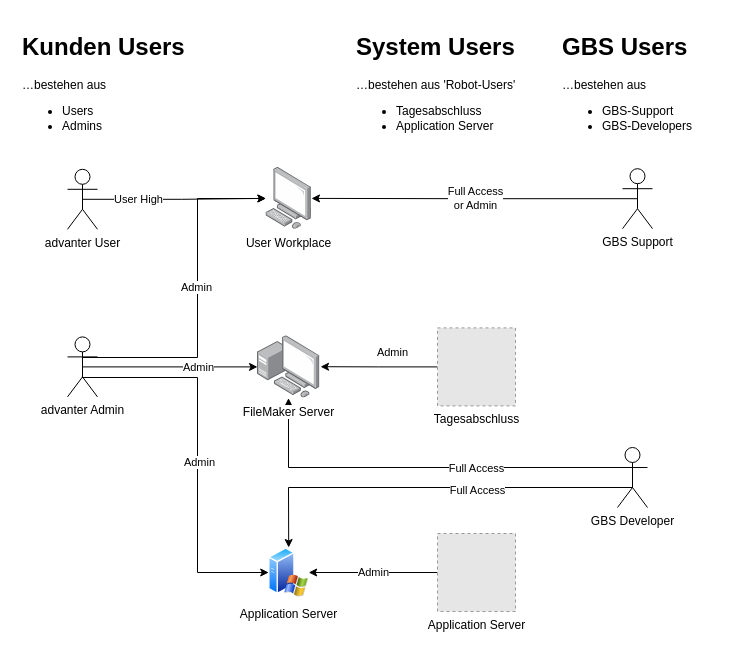
Earlier version of the draw.io diagram Advanter System.drawio (guenther-bs-de/documentation). Source tidied: cells renumbered, new cells numbered last; positions are measured from the earlier drawing's top-left corner, leaving out a move shared by most shapes. Both pictures are drawn from the tidied source at 100%, with x=0, y=0 at pixel (17, 27). Pictures stored in the file or linked from it are replaced by grey dashed boxes.
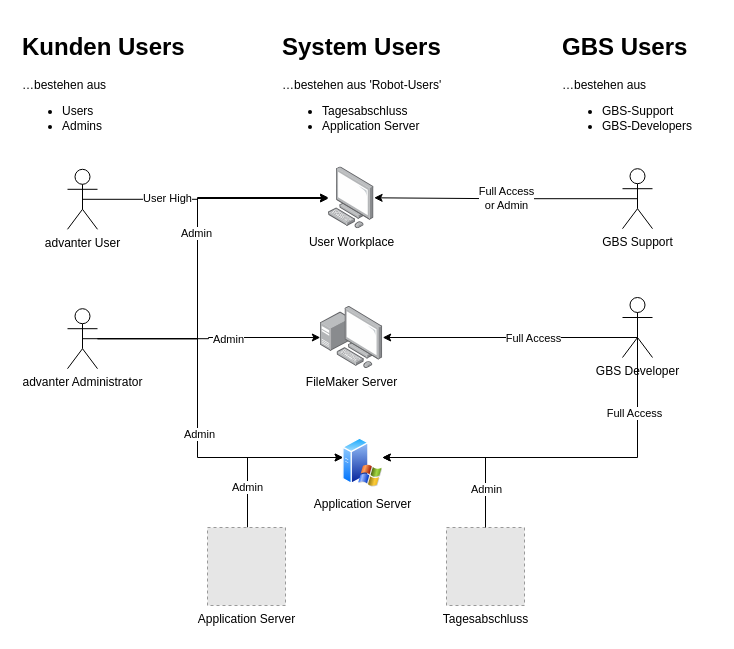
Above is the later version.

Unchanged cells that the change refers to:
```xml
<mxCell id="10" value="advanter User" style="shape=umlActor;verticalLabelPosition=bottom;verticalAlign=top;html=1;outlineConnect=0;" parent="1" vertex="1">
  <mxGeometry x="50" y="141.8" width="30" height="60" as="geometry" />
</mxCell>
```

What changed in the source:
```diff
@@
     <mxCell id="2" style="edgeStyle=orthogonalEdgeStyle;rounded=0;jettySize=auto;html=1;exitX=0.5;exitY=0.5;exitDx=0;exitDy=0;exitPerimeter=0;" parent="1" edge="1" source="14" target="25">
       <mxGeometry x="-0.06" y="-10" relative="1" as="geometry">
         <Array as="points">
-          <mxPoint x="615" y="460" />
-          <mxPoint x="271" y="460" />
+          <mxPoint x="620" y="430" />
         </Array>
       </mxGeometry>
     </mxCell>
     <mxCell id="3" value="Full Access" style="edgeLabel;html=1;align=center;verticalAlign=middle;" parent="2" vertex="1">
-      <mxGeometry x="-0.2" y="2" relative="1" as="geometry" />
+      <mxGeometry x="-0.2" y="2" relative="1" as="geometry">
+        <mxPoint x="20" y="-47" as="offset" />
+      </mxGeometry>
     </mxCell>
     <mxCell id="4" style="edgeStyle=orthogonalEdgeStyle;rounded=0;jettySize=auto;html=1;exitX=0.5;exitY=0.5;exitDx=0;exitDy=0;exitPerimeter=0;" parent="1" edge="1" source="18" target="15">
-      <mxGeometry relative="1" as="geometry" />
+      <mxGeometry relative="1" as="geometry">
+        <Array as="points">
+          <mxPoint x="191" y="311" />
+          <mxPoint x="191" y="310" />
+        </Array>
+      </mxGeometry>
     </mxCell>
@@
-    <mxCell id="6" style="edgeStyle=orthogonalEdgeStyle;rounded=0;jettySize=auto;html=1;exitX=0.5;exitY=0.5;exitDx=0;exitDy=0;exitPerimeter=0;" parent="1" edge="1" source="18" target="11">
+    <mxCell id="6" style="edgeStyle=orthogonalEdgeStyle;rounded=0;jettySize=auto;html=1;" parent="1" edge="1" source="18" target="11">
       <mxGeometry relative="1" as="geometry">
         <Array as="points">
-          <mxPoint x="65" y="330" />
-          <mxPoint x="180" y="330" />
+          <mxPoint x="180" y="311" />
           <mxPoint x="180" y="171" />
         </Array>
       </mxGeometry>
     </mxCell>
@@
     <mxCell id="8" style="edgeStyle=orthogonalEdgeStyle;rounded=0;jettySize=auto;html=1;exitX=0.5;exitY=0.5;exitDx=0;exitDy=0;exitPerimeter=0;" parent="1" edge="1" source="10" target="11">
-      <mxGeometry relative="1" as="geometry" />
+      <mxGeometry relative="1" as="geometry">
+        <Array as="points">
+          <mxPoint x="180" y="172" />
+          <mxPoint x="180" y="170" />
+        </Array>
+      </mxGeometry>
     </mxCell>
@@
     <mxCell id="11" value="User Workplace" style="points=[];html=1;align=center;shadow=0;dashed=0;image;image=img/lib/allied_telesis/computer_and_terminals/Personal_Computer.svg;" parent="1" vertex="1">
-      <mxGeometry x="248.4" y="140" width="45.6" height="61.8" as="geometry" />
+      <mxGeometry x="311" y="139.4" width="45.6" height="61.8" as="geometry" />
     </mxCell>
     <mxCell id="12" style="edgeStyle=orthogonalEdgeStyle;rounded=0;jettySize=auto;html=1;exitX=0.5;exitY=0.5;exitDx=0;exitDy=0;exitPerimeter=0;" parent="1" edge="1" source="14" target="15">
       <mxGeometry relative="1" as="geometry">
         <Array as="points">
-          <mxPoint x="615" y="440" />
-          <mxPoint x="271" y="440" />
+          <mxPoint x="620" y="310" />
         </Array>
       </mxGeometry>
     </mxCell>
     <mxCell id="13" value="Full Access" style="edgeLabel;html=1;align=center;verticalAlign=middle;" parent="12" vertex="1">
       <mxGeometry x="-0.01" relative="1" as="geometry">
-        <mxPoint x="43" as="offset" />
+        <mxPoint x="16" as="offset" />
       </mxGeometry>
     </mxCell>
     <mxCell id="14" value="GBS Developer" style="shape=umlActor;verticalLabelPosition=bottom;verticalAlign=top;html=1;outlineConnect=0;" parent="1" vertex="1">
-      <mxGeometry x="600" y="420" width="30" height="60" as="geometry" />
+      <mxGeometry x="605" y="270" width="30" height="60" as="geometry" />
     </mxCell>
     <mxCell id="15" value="FileMaker Server" style="points=[];html=1;align=center;shadow=0;dashed=0;image;image=img/lib/allied_telesis/computer_and_terminals/Personal_Computer_with_Server.svg;" parent="1" vertex="1">
-      <mxGeometry x="240" y="308.2" width="62.4" height="62.4" as="geometry" />
+      <mxGeometry x="302.8" y="278.8" width="62.4" height="62.4" as="geometry" />
     </mxCell>
-    <mxCell id="16" style="edgeStyle=orthogonalEdgeStyle;rounded=0;jettySize=auto;html=1;exitX=0.5;exitY=0.5;exitDx=0;exitDy=0;exitPerimeter=0;entryX=0;entryY=0.5;entryDx=0;entryDy=0;" parent="1" edge="1" source="18" target="25">
+    <mxCell id="16" style="edgeStyle=orthogonalEdgeStyle;rounded=0;jettySize=auto;html=1;" parent="1" edge="1" source="18" target="25">
       <mxGeometry relative="1" as="geometry">
         <Array as="points">
-          <mxPoint x="65" y="350" />
-          <mxPoint x="180" y="350" />
-          <mxPoint x="180" y="545" />
+          <mxPoint x="180" y="311" />
+          <mxPoint x="180" y="430" />
         </Array>
       </mxGeometry>
     </mxCell>
@@
-    <mxCell id="18" value="advanter Admin" style="shape=umlActor;verticalLabelPosition=bottom;verticalAlign=top;html=1;outlineConnect=0;" parent="1" vertex="1">
-      <mxGeometry x="50" y="309.4" width="30" height="60" as="geometry" />
+    <mxCell id="18" value="advanter Administrator" style="shape=umlActor;verticalLabelPosition=bottom;verticalAlign=top;html=1;outlineConnect=0;" parent="1" vertex="1">
+      <mxGeometry x="50" y="281.2" width="30" height="60" as="geometry" />
     </mxCell>
@@
-    <mxCell id="22" style="edgeStyle=orthogonalEdgeStyle;rounded=0;jettySize=auto;html=1;entryX=1.01;entryY=0.497;entryDx=0;entryDy=0;entryPerimeter=0;" parent="1" edge="1" source="24" target="15">
-      <mxGeometry relative="1" as="geometry" />
-    </mxCell>
-    <mxCell id="23" value="Admin" style="edgeLabel;html=1;align=center;verticalAlign=middle;" parent="22" vertex="1">
-      <mxGeometry x="-0.21" y="-2" relative="1" as="geometry">
-        <mxPoint y="-13" as="offset" />
-      </mxGeometry>
-    </mxCell>
     <mxCell id="24" value="Tagesabschluss" style="fillColor=#E6E6E6;strokeColor=#999999;dashed=1;html=1;verticalAlign=top;verticalLabelPosition=bottom;labelBackgroundColor=#ffffff;" parent="1" vertex="1">
-      <mxGeometry x="420" y="300.4" width="78" height="78" as="geometry" />
+      <mxGeometry x="429" y="500" width="78" height="78" as="geometry" />
     </mxCell>
     <mxCell id="25" value="Application Server" style="perimeter=ellipsePerimeter;html=1;align=center;shadow=0;dashed=0;spacingTop=3;image;image=img/lib/active_directory/windows_server_2.svg;" parent="1" vertex="1">
-      <mxGeometry x="251.2" y="520" width="40" height="50" as="geometry" />
+      <mxGeometry x="325.2" y="410" width="40" height="50" as="geometry" />
     </mxCell>
-    <mxCell id="26" value="Admin" style="edgeStyle=orthogonalEdgeStyle;rounded=0;jettySize=auto;html=1;exitX=0;exitY=0.5;exitDx=0;exitDy=0;" parent="1" edge="1" source="27" target="25">
-      <mxGeometry relative="1" as="geometry" />
+    <mxCell id="26" value="Admin" style="edgeStyle=orthogonalEdgeStyle;rounded=0;jettySize=auto;html=1;" parent="1" edge="1" source="27" target="25">
+      <mxGeometry x="-0.52" relative="1" as="geometry">
+        <Array as="points">
+          <mxPoint x="230" y="430" />
+        </Array>
+      </mxGeometry>
     </mxCell>
     <mxCell id="27" value="Application Server" style="fillColor=#E6E6E6;strokeColor=#999999;dashed=1;html=1;verticalAlign=top;verticalLabelPosition=bottom;labelBackgroundColor=#ffffff;" parent="1" vertex="1">
-      <mxGeometry x="420" y="506" width="78" height="78" as="geometry" />
+      <mxGeometry x="190" y="500" width="78" height="78" as="geometry" />
     </mxCell>
@@
     <mxCell id="30" value="&lt;h1&gt;System Users&lt;/h1&gt;&lt;p&gt;…bestehen aus 'Robot-Users'&lt;/p&gt;&lt;p&gt;&lt;/p&gt;&lt;ul&gt;&lt;li&gt;&lt;span style=&quot;background-color: initial;&quot;&gt;Tagesabschluss&lt;/span&gt;&lt;/li&gt;&lt;li&gt;Application Server&lt;/li&gt;&lt;/ul&gt;&lt;p&gt;&lt;/p&gt;" style="text;html=1;strokeColor=none;fillColor=none;spacing=5;spacingTop=-20;whiteSpace=wrap;overflow=hidden;rounded=0;" parent="1" vertex="1">
-      <mxGeometry x="334" width="190" height="130" as="geometry" />
+      <mxGeometry x="260" width="190" height="130" as="geometry" />
     </mxCell>
+    <mxCell id="31" style="edgeStyle=orthogonalEdgeStyle;rounded=0;jettySize=auto;html=1;" parent="1" edge="1" source="24" target="25">
+      <mxGeometry relative="1" as="geometry">
+        <Array as="points">
+          <mxPoint x="468" y="430" />
+        </Array>
+      </mxGeometry>
+    </mxCell>
+    <mxCell id="23" value="Admin" style="edgeLabel;html=1;align=center;verticalAlign=middle;" parent="31" vertex="1">
+      <mxGeometry x="-0.21" y="-2" relative="1" as="geometry">
+        <mxPoint x="-2" y="29" as="offset" />
+      </mxGeometry>
+    </mxCell>
```
